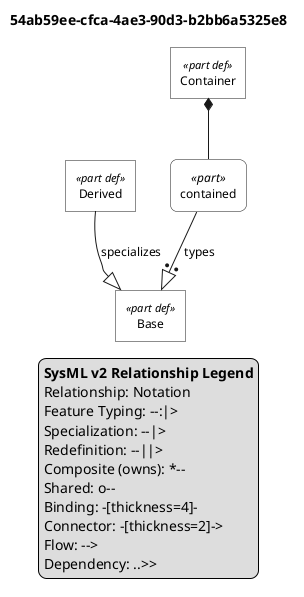
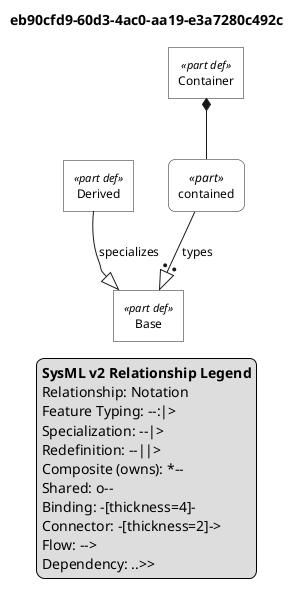
@startuml

skinparam monochrome true
skinparam wrapWidth 300
skinparam defaultFontSize 12
skinparam defaultFontName Helvetica

' Definitions: sharp corners, plain background
skinparam rectangle<<part def>> {
    RoundCorner 0
    BackgroundColor white
    StereotypeFontSize 11
}
skinparam rectangle<<item def>> {
    RoundCorner 0
    BackgroundColor white
}
skinparam rectangle<<attribute def>> {
    RoundCorner 0
    BackgroundColor white
}
skinparam rectangle<<port def>> {
    RoundCorner 0
    BackgroundColor white
}
skinparam rectangle<<action def>> {
    RoundCorner 0
    BackgroundColor white
}
skinparam rectangle<<state def>> {
    RoundCorner 0
    BackgroundColor white
}
skinparam rectangle<<requirement def>> {
    RoundCorner 0
    BackgroundColor white
}
skinparam rectangle<<view def>> {
    RoundCorner 0
    BackgroundColor white
}
skinparam rectangle<<viewpoint def>> {
    RoundCorner 0
    BackgroundColor white
}
skinparam rectangle<<enumeration def>> {
    RoundCorner 0
    BackgroundColor white
}

' Usages: rounded corners, plain background
skinparam rectangle<<part>> {
    RoundCorner 15
    BackgroundColor white
}
skinparam rectangle<<item>> {
    RoundCorner 15
    BackgroundColor white
}
skinparam rectangle<<attribute>> {
    RoundCorner 15
    BackgroundColor white
}
skinparam rectangle<<port>> {
    RoundCorner 15
    BackgroundColor white
}
skinparam rectangle<<action>> {
    RoundCorner 15
    BackgroundColor white
}
skinparam rectangle<<state>> {
    RoundCorner 15
    BackgroundColor white
}
skinparam rectangle<<requirement>> {
    RoundCorner 15
    BackgroundColor white
}
skinparam rectangle<<view>> {
    RoundCorner 15
    BackgroundColor white
}
skinparam rectangle<<viewpoint>> {
    RoundCorner 15
    BackgroundColor white
}
skinparam rectangle<<enumeration>> {
    RoundCorner 15
    BackgroundColor white
}

' Views as folders
skinparam folder<<view def>> {
    BackgroundColor white
}
skinparam folder<<view>> {
    BackgroundColor white
}

top to bottom direction

- title 54ab59ee-cfca-4ae3-90d3-b2bb6a5325e8
+ title eb90cfd9-60d3-4ac0-aa19-e3a7280c492c

hide circle

rectangle "Base" as E1 <<part def>>
rectangle "Derived" as E2 <<part def>>
rectangle "Container" as E3 <<part def>>
rectangle "contained" as E4 <<part>>

E2 --|> E1 : specializes
E3 *-- E4
E4 --:|> E1 : types

legend right
  <b>SysML v2 Relationship Legend</b>
  Relationship: Notation
  Feature Typing: --:|>
  Specialization: --|>
  Redefinition: --||>
  Composite (owns): *--
  Shared: o--
  Binding: -[thickness=4]-
  Connector: -[thickness=2]->
  Flow: -->
  Dependency: ..>>
endlegend

@enduml